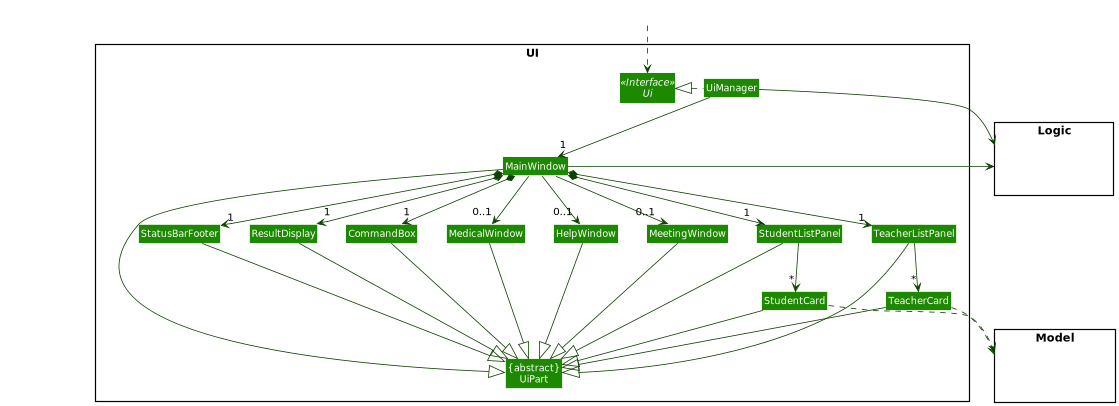
Earlier version of the PlantUML export docs/images/UiClassDiagram.png (random689/tp).
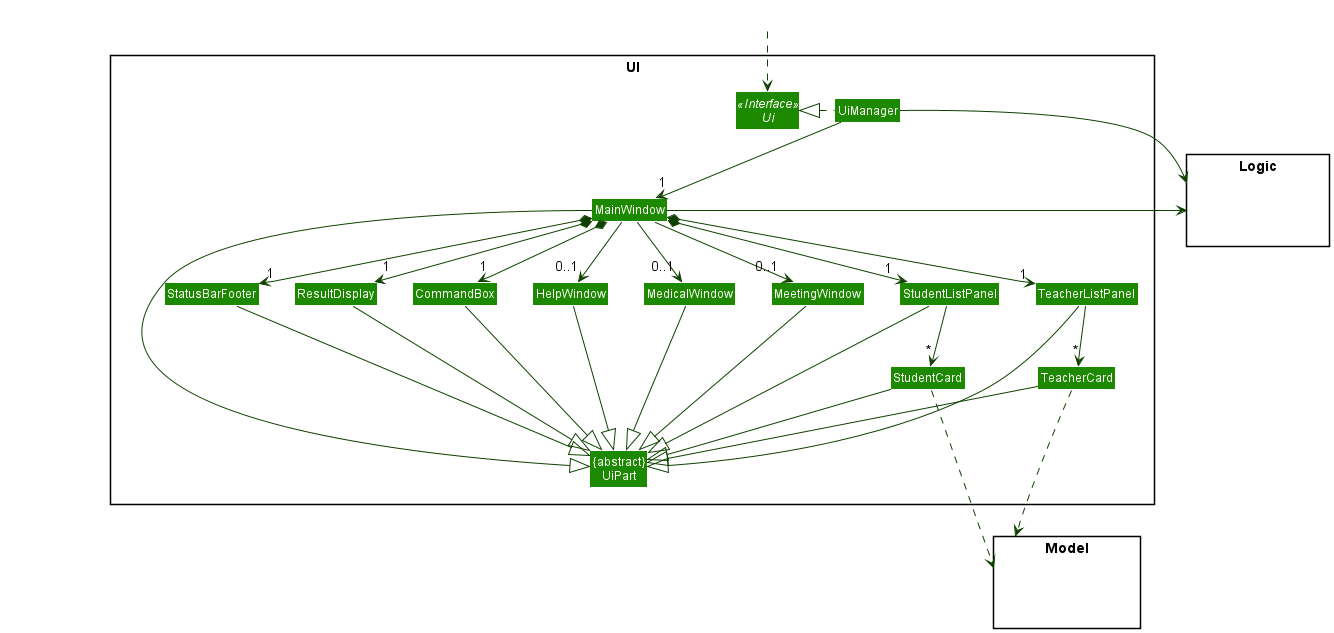
Later version of the same file.

The edit, as a diff of the source:
```diff
@@ -60,9 +60,9 @@
 MedicalWindow --|> UiPart
 
 StudentCard .down.> Model
-TeacherCard .down.> Model
+TeacherCard ..down.> Model
 UiManager -right-> Logic
-MainWindow -left-> Logic
+MainWindow -right-> Logic
 
 StudentListPanel -[hidden]left- HelpWindow
 TeacherListPanel -[hidden]left- HelpWindow
```
